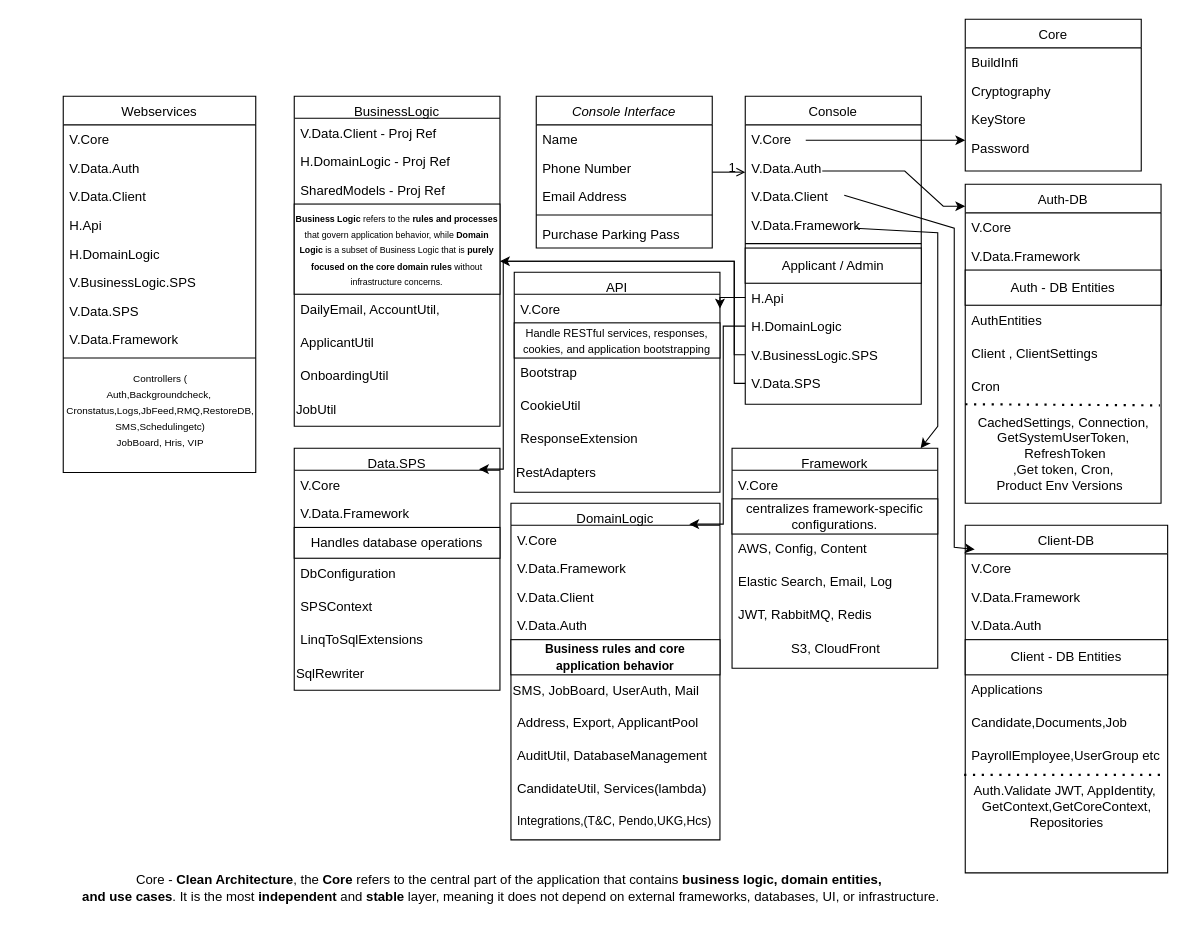
The draw.io diagram Untitled Diagram.drawio in LalgyThomas/GITPR, before the edit. Source tidied: cells renumbered, new cells numbered last; positions are measured from the earlier drawing's top-left corner, leaving out a move shared by most shapes. Both pictures are drawn from the tidied source at 110%, with x=0, y=0 at pixel (63, 19).
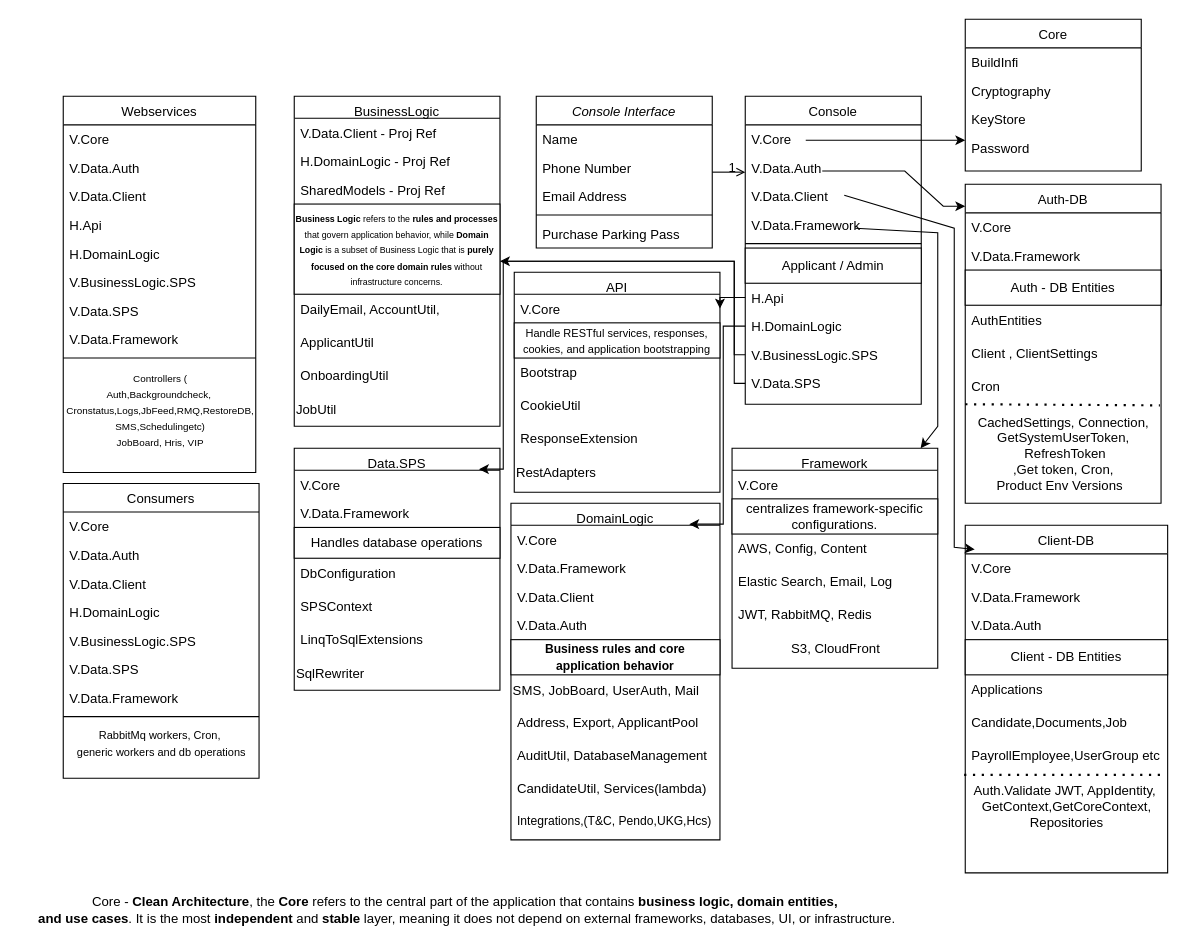
The same diagram, later.

What changed in the source:
```diff
@@
     <mxCell id="29" value="Core -&amp;nbsp;&lt;strong&gt;Clean Architecture&lt;/strong&gt;, the &lt;strong&gt;Core&lt;/strong&gt; refers to the central part of the application that contains &lt;strong&gt;business logic, domain entities,&lt;/strong&gt;&lt;div&gt;&lt;strong&gt;&amp;nbsp;and use cases&lt;/strong&gt;. It is the most &lt;strong&gt;independent&lt;/strong&gt; and &lt;strong&gt;stable&lt;/strong&gt; layer, meaning it does not depend on external frameworks, databases, UI, or infrastructure.&lt;/div&gt;" style="text;html=1;align=center;verticalAlign=middle;strokeColor=none;fillColor=none;" parent="1" vertex="1">
-      <mxGeometry y="770" width="810" height="40" as="geometry" />
+      <mxGeometry x="-40" y="790" width="810" height="40" as="geometry" />
     </mxCell>
@@
+    <mxCell id="107" value="Consumers" style="swimlane;fontStyle=0;align=center;verticalAlign=top;horizontal=1;startSize=26;rounded=0;shadow=0;strokeWidth=1;" parent="1" vertex="1">
+      <mxGeometry y="422" width="178" height="268" as="geometry" />
+    </mxCell>
+    <mxCell id="108" value="V.Core" style="text;align=left;verticalAlign=top;spacingLeft=4;spacingRight=4;overflow=hidden;" parent="107" vertex="1">
+      <mxGeometry y="26" width="178" height="26" as="geometry" />
+    </mxCell>
+    <mxCell id="109" value="V.Data.Auth" style="text;align=left;verticalAlign=top;spacingLeft=4;spacingRight=4;overflow=hidden;rounded=0;shadow=0;html=0;" parent="107" vertex="1">
+      <mxGeometry y="52" width="178" height="26" as="geometry" />
+    </mxCell>
+    <mxCell id="110" value="V.Data.Client" style="text;align=left;verticalAlign=top;spacingLeft=4;spacingRight=4;overflow=hidden;rounded=0;shadow=0;html=0;" parent="107" vertex="1">
+      <mxGeometry y="78" width="178" height="26" as="geometry" />
+    </mxCell>
+    <mxCell id="111" value="H.DomainLogic" style="text;align=left;verticalAlign=top;spacingLeft=4;spacingRight=4;overflow=hidden;rounded=0;shadow=0;html=0;" parent="107" vertex="1">
+      <mxGeometry y="104" width="178" height="26" as="geometry" />
+    </mxCell>
+    <mxCell id="112" value="V.BusinessLogic.SPS" style="text;align=left;verticalAlign=top;spacingLeft=4;spacingRight=4;overflow=hidden;" parent="107" vertex="1">
+      <mxGeometry y="130" width="178" height="26" as="geometry" />
+    </mxCell>
+    <mxCell id="113" value="V.Data.SPS" style="text;align=left;verticalAlign=top;spacingLeft=4;spacingRight=4;overflow=hidden;" parent="107" vertex="1">
+      <mxGeometry y="156" width="178" height="26" as="geometry" />
+    </mxCell>
+    <mxCell id="114" value="V.Data.Framework" style="text;align=left;verticalAlign=top;spacingLeft=4;spacingRight=4;overflow=hidden;rounded=0;shadow=0;html=0;" parent="107" vertex="1">
+      <mxGeometry y="182" width="178" height="26" as="geometry" />
+    </mxCell>
+    <mxCell id="115" style="line;html=1;strokeWidth=1;align=left;verticalAlign=middle;spacingTop=-1;spacingLeft=3;spacingRight=3;labelPosition=right;" parent="107" vertex="1">
+      <mxGeometry y="208" width="178" height="8" as="geometry" />
+    </mxCell>
+    <mxCell id="116" value="&lt;div&gt;&lt;font size=&quot;1&quot;&gt;RabbitMq workers, Cron,&amp;nbsp;&lt;/font&gt;&lt;/div&gt;&lt;div&gt;&lt;font size=&quot;1&quot;&gt;generic workers and db operations&lt;/font&gt;&lt;/div&gt;" style="text;html=1;align=center;verticalAlign=middle;strokeColor=none;fillColor=none;" parent="107" vertex="1">
+      <mxGeometry y="216" width="178" height="40" as="geometry" />
+    </mxCell>
```
